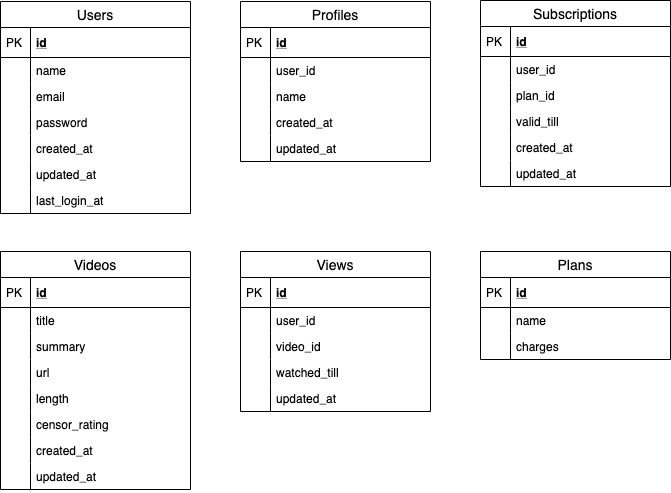
The draw.io diagram assets/images/netflix-database-schema.png in pranavpr/system-design-notes, before a commit. Source tidied: cells renumbered, new cells last; positions are measured from the earlier drawing's top-left corner, leaving out a move shared by most shapes.
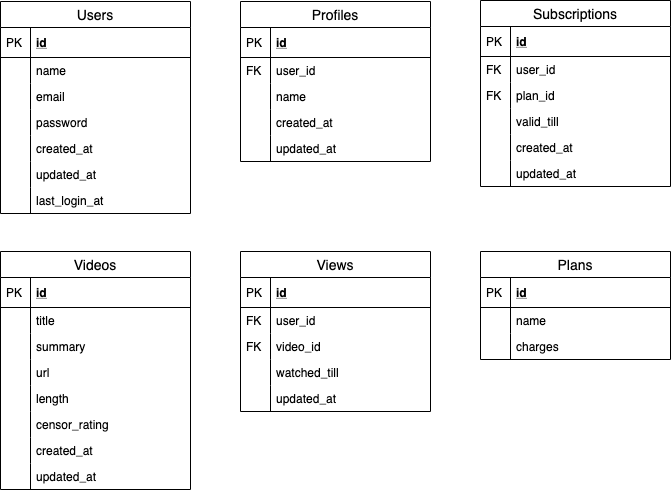
Later version of the same file.

Commit message:
New Post: Netflix System Design

The edit, as a diff of the source:
```diff
@@ -59,7 +59,7 @@
     <mxCell id="20" value="user_id" style="shape=partialRectangle;top=0;left=0;right=0;bottom=0;align=left;verticalAlign=top;fillColor=none;spacingLeft=34;spacingRight=4;overflow=hidden;fontSize=12;" parent="17" vertex="1">
       <mxGeometry y="56" width="190" height="26" as="geometry" />
     </mxCell>
-    <mxCell id="21" style="shape=partialRectangle;top=0;left=0;bottom=0;fillColor=none;align=left;verticalAlign=top;spacingLeft=4;spacingRight=4;overflow=hidden;fontSize=12;" parent="20" vertex="1">
+    <mxCell id="21" value="FK" style="shape=partialRectangle;top=0;left=0;bottom=0;fillColor=none;align=left;verticalAlign=top;spacingLeft=4;spacingRight=4;overflow=hidden;fontSize=12;" parent="20" vertex="1">
       <mxGeometry width="30" height="26" as="geometry" />
     </mxCell>
     <mxCell id="22" value="name" style="shape=partialRectangle;top=0;left=0;right=0;bottom=0;align=left;verticalAlign=top;fillColor=none;spacingLeft=34;spacingRight=4;overflow=hidden;fontSize=12;" parent="17" vertex="1">
@@ -113,13 +113,13 @@
     <mxCell id="38" value="user_id" style="shape=partialRectangle;top=0;left=0;right=0;bottom=0;align=left;verticalAlign=top;fillColor=none;spacingLeft=34;spacingRight=4;overflow=hidden;fontSize=12;" parent="35" vertex="1">
       <mxGeometry y="56" width="190" height="26" as="geometry" />
     </mxCell>
-    <mxCell id="39" style="shape=partialRectangle;top=0;left=0;bottom=0;fillColor=none;align=left;verticalAlign=top;spacingLeft=4;spacingRight=4;overflow=hidden;fontSize=12;" parent="38" vertex="1">
+    <mxCell id="39" value="FK" style="shape=partialRectangle;top=0;left=0;bottom=0;fillColor=none;align=left;verticalAlign=top;spacingLeft=4;spacingRight=4;overflow=hidden;fontSize=12;" parent="38" vertex="1">
       <mxGeometry width="30" height="26" as="geometry" />
     </mxCell>
     <mxCell id="40" value="plan_id" style="shape=partialRectangle;top=0;left=0;right=0;bottom=0;align=left;verticalAlign=top;fillColor=none;spacingLeft=34;spacingRight=4;overflow=hidden;fontSize=12;" parent="35" vertex="1">
       <mxGeometry y="82" width="190" height="26" as="geometry" />
     </mxCell>
-    <mxCell id="41" style="shape=partialRectangle;top=0;left=0;bottom=0;fillColor=none;align=left;verticalAlign=top;spacingLeft=4;spacingRight=4;overflow=hidden;fontSize=12;" parent="40" vertex="1">
+    <mxCell id="41" value="FK" style="shape=partialRectangle;top=0;left=0;bottom=0;fillColor=none;align=left;verticalAlign=top;spacingLeft=4;spacingRight=4;overflow=hidden;fontSize=12;" parent="40" vertex="1">
       <mxGeometry width="30" height="26" as="geometry" />
     </mxCell>
     <mxCell id="42" value="valid_till" style="shape=partialRectangle;top=0;left=0;right=0;bottom=0;align=left;verticalAlign=top;fillColor=none;spacingLeft=34;spacingRight=4;overflow=hidden;fontSize=12;" parent="35" vertex="1">
@@ -203,13 +203,13 @@
     <mxCell id="68" value="user_id" style="shape=partialRectangle;top=0;left=0;right=0;bottom=0;align=left;verticalAlign=top;fillColor=none;spacingLeft=34;spacingRight=4;overflow=hidden;fontSize=12;" parent="65" vertex="1">
       <mxGeometry y="56" width="190" height="26" as="geometry" />
     </mxCell>
-    <mxCell id="69" style="shape=partialRectangle;top=0;left=0;bottom=0;fillColor=none;align=left;verticalAlign=top;spacingLeft=4;spacingRight=4;overflow=hidden;fontSize=12;" parent="68" vertex="1">
+    <mxCell id="69" value="FK" style="shape=partialRectangle;top=0;left=0;bottom=0;fillColor=none;align=left;verticalAlign=top;spacingLeft=4;spacingRight=4;overflow=hidden;fontSize=12;" parent="68" vertex="1">
       <mxGeometry width="30" height="26" as="geometry" />
     </mxCell>
     <mxCell id="70" value="video_id" style="shape=partialRectangle;top=0;left=0;right=0;bottom=0;align=left;verticalAlign=top;fillColor=none;spacingLeft=34;spacingRight=4;overflow=hidden;fontSize=12;" parent="65" vertex="1">
       <mxGeometry y="82" width="190" height="26" as="geometry" />
     </mxCell>
-    <mxCell id="71" style="shape=partialRectangle;top=0;left=0;bottom=0;fillColor=none;align=left;verticalAlign=top;spacingLeft=4;spacingRight=4;overflow=hidden;fontSize=12;" parent="70" vertex="1">
+    <mxCell id="71" value="FK" style="shape=partialRectangle;top=0;left=0;bottom=0;fillColor=none;align=left;verticalAlign=top;spacingLeft=4;spacingRight=4;overflow=hidden;fontSize=12;" parent="70" vertex="1">
       <mxGeometry width="30" height="26" as="geometry" />
     </mxCell>
     <mxCell id="72" value="watched_till" style="shape=partialRectangle;top=0;left=0;right=0;bottom=0;align=left;verticalAlign=top;fillColor=none;spacingLeft=34;spacingRight=4;overflow=hidden;fontSize=12;" parent="65" vertex="1">
```
